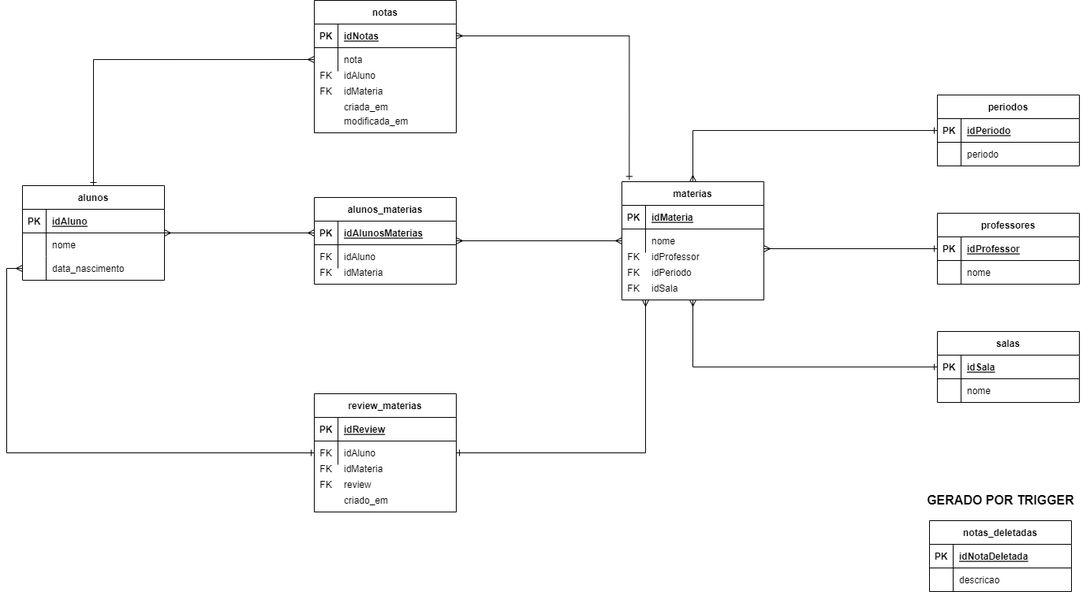
rafaprates/t-academy-sql-test keeps this draw.io diagram as modeloBanco.png. Above is the earlier version. Source tidied: cells renumbered, new cells last; positions are measured from the earlier drawing's top-left corner, leaving out a move shared by most shapes.
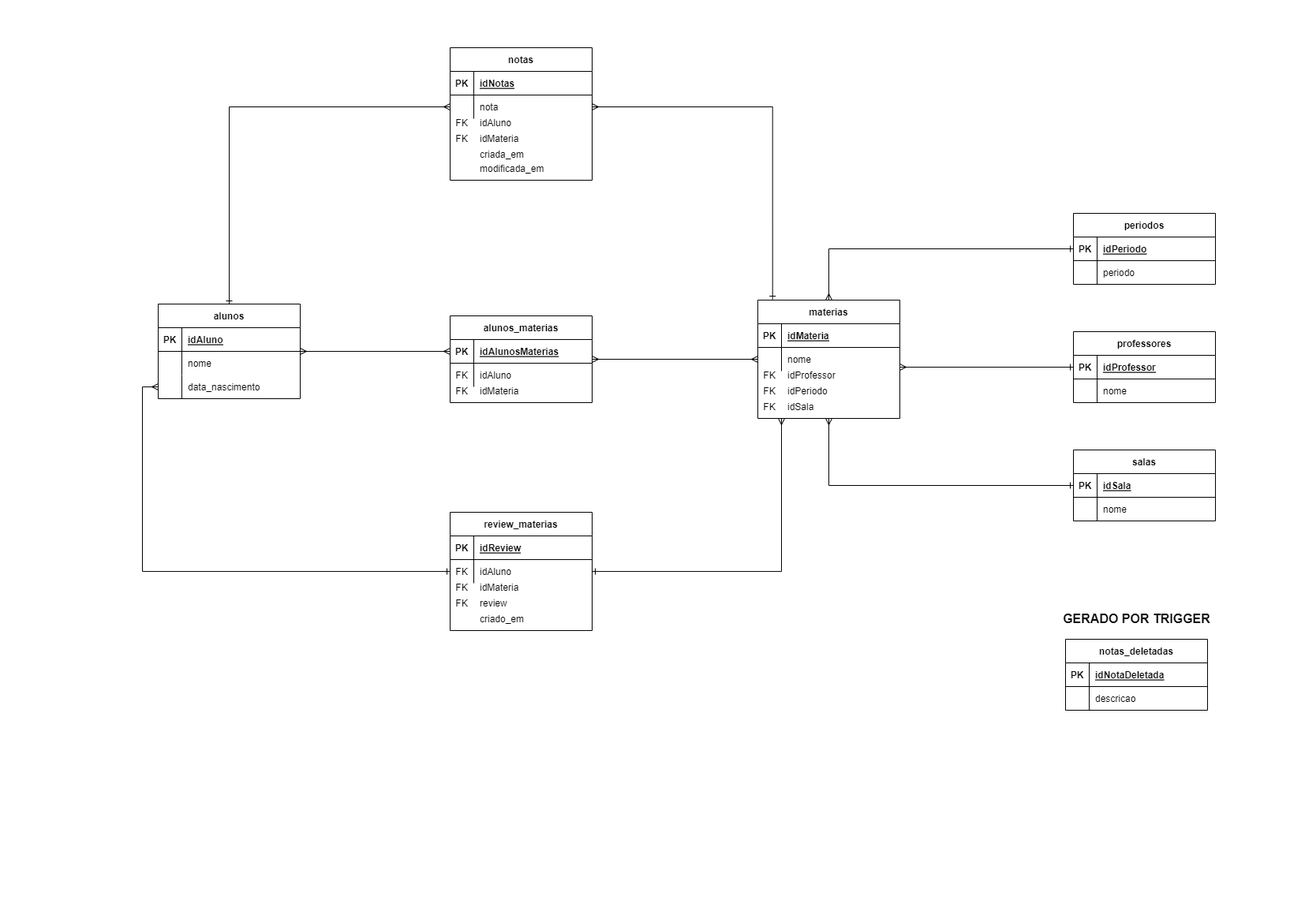
The same file after the commit.

Commit message:
[update] imagem do modelo do banco

Diff of the diagram source:
```diff
@@ -174,7 +174,7 @@
       <mxGeometry x="370" y="330" width="30" height="30" as="geometry" />
     </mxCell>
     <mxCell id="59" value="notas" style="shape=table;startSize=30;rowLines=0;fontStyle=1;align=center;" parent="1" vertex="1">
-      <mxGeometry x="370" width="180" height="168" as="geometry" />
+      <mxGeometry x="370" y="-90" width="180" height="168" as="geometry" />
     </mxCell>
     <mxCell id="60" style="shape=tableRow;horizontal=0;startSize=0;swimlaneHead=0;swimlaneBody=0;fillColor=none;points=[[0,0.5],[1,0.5]];portConstraint=eastwest;top=0;left=0;right=0;bottom=1;" parent="59" vertex="1">
       <mxGeometry y="30" width="180" height="30" as="geometry" />
@@ -195,25 +195,25 @@
       <mxGeometry x="30" width="150" height="30" as="geometry" />
     </mxCell>
     <mxCell id="66" value="idAluno" style="shape=partialRectangle;fillColor=none;top=0;left=0;bottom=0;right=0;align=left;spacingLeft=6;overflow=hidden;" parent="1" vertex="1">
-      <mxGeometry x="400" y="80" width="150" height="30" as="geometry" />
+      <mxGeometry x="400" y="-10" width="150" height="30" as="geometry" />
     </mxCell>
     <mxCell id="67" value="idMateria" style="shape=partialRectangle;fillColor=none;top=0;left=0;bottom=0;right=0;align=left;spacingLeft=6;overflow=hidden;" parent="1" vertex="1">
-      <mxGeometry x="400" y="100" width="150" height="30" as="geometry" />
+      <mxGeometry x="400" y="10" width="150" height="30" as="geometry" />
     </mxCell>
     <mxCell id="68" value="criada_em" style="shape=partialRectangle;fillColor=none;top=0;left=0;bottom=0;right=0;align=left;spacingLeft=6;overflow=hidden;" parent="1" vertex="1">
-      <mxGeometry x="400" y="120" width="150" height="30" as="geometry" />
+      <mxGeometry x="400" y="30" width="150" height="30" as="geometry" />
     </mxCell>
     <mxCell id="69" value="FK" style="shape=partialRectangle;fillColor=none;top=0;left=0;bottom=0;right=0;overflow=hidden;" parent="1" vertex="1">
-      <mxGeometry x="370" y="80" width="30" height="30" as="geometry" />
+      <mxGeometry x="370" y="-10" width="30" height="30" as="geometry" />
     </mxCell>
     <mxCell id="70" value="FK" style="shape=partialRectangle;fillColor=none;top=0;left=0;bottom=0;right=0;overflow=hidden;" parent="1" vertex="1">
-      <mxGeometry x="370" y="100" width="30" height="30" as="geometry" />
+      <mxGeometry x="370" y="10" width="30" height="30" as="geometry" />
     </mxCell>
     <mxCell id="71" style="shape=partialRectangle;fillColor=none;top=0;left=0;bottom=0;right=0;overflow=hidden;" parent="1" vertex="1">
-      <mxGeometry x="370" y="120" width="30" height="30" as="geometry" />
+      <mxGeometry x="370" y="30" width="30" height="30" as="geometry" />
     </mxCell>
     <mxCell id="72" value="modificada_em" style="shape=partialRectangle;fillColor=none;top=0;left=0;bottom=0;right=0;align=left;spacingLeft=6;overflow=hidden;" parent="1" vertex="1">
-      <mxGeometry x="400" y="138" width="150" height="30" as="geometry" />
+      <mxGeometry x="400" y="48" width="150" height="30" as="geometry" />
     </mxCell>
     <mxCell id="73" value="notas_deletadas" style="shape=table;startSize=30;rowLines=0;fontStyle=1;align=center;" parent="1" vertex="1">
       <mxGeometry x="1150" y="660" width="180" height="90" as="geometry" />
@@ -304,11 +304,11 @@
         <mxPoint x="790" y="380" as="targetPoint" />
       </mxGeometry>
     </mxCell>
-    <mxCell id="100" style="edgeStyle=orthogonalEdgeStyle;rounded=0;jettySize=auto;html=1;entryX=0.052;entryY=-0.018;entryDx=0;entryDy=0;entryPerimeter=0;startArrow=ERmany;startFill=0;endArrow=ERone;endFill=0;" parent="1" edge="1" source="60" target="35">
-      <mxGeometry relative="1" as="geometry" />
-    </mxCell>
     <mxCell id="101" value="&lt;b&gt;&lt;font style=&quot;font-size: 16px;&quot;&gt;GERADO POR TRIGGER&lt;/font&gt;&lt;/b&gt;" style="text;html=1;strokeColor=none;fillColor=none;align=center;verticalAlign=middle;whiteSpace=wrap;rounded=0;" parent="1" vertex="1">
       <mxGeometry x="1127.5" y="619" width="225" height="30" as="geometry" />
     </mxCell>
+    <mxCell id="102" style="edgeStyle=orthogonalEdgeStyle;rounded=0;jettySize=auto;html=1;entryX=0.104;entryY=-0.007;entryDx=0;entryDy=0;entryPerimeter=0;fontSize=16;startArrow=ERmany;startFill=0;endArrow=ERone;endFill=0;" parent="1" edge="1" source="63" target="35">
+      <mxGeometry relative="1" as="geometry" />
+    </mxCell>
   </root>
 </mxGraphModel>
```
